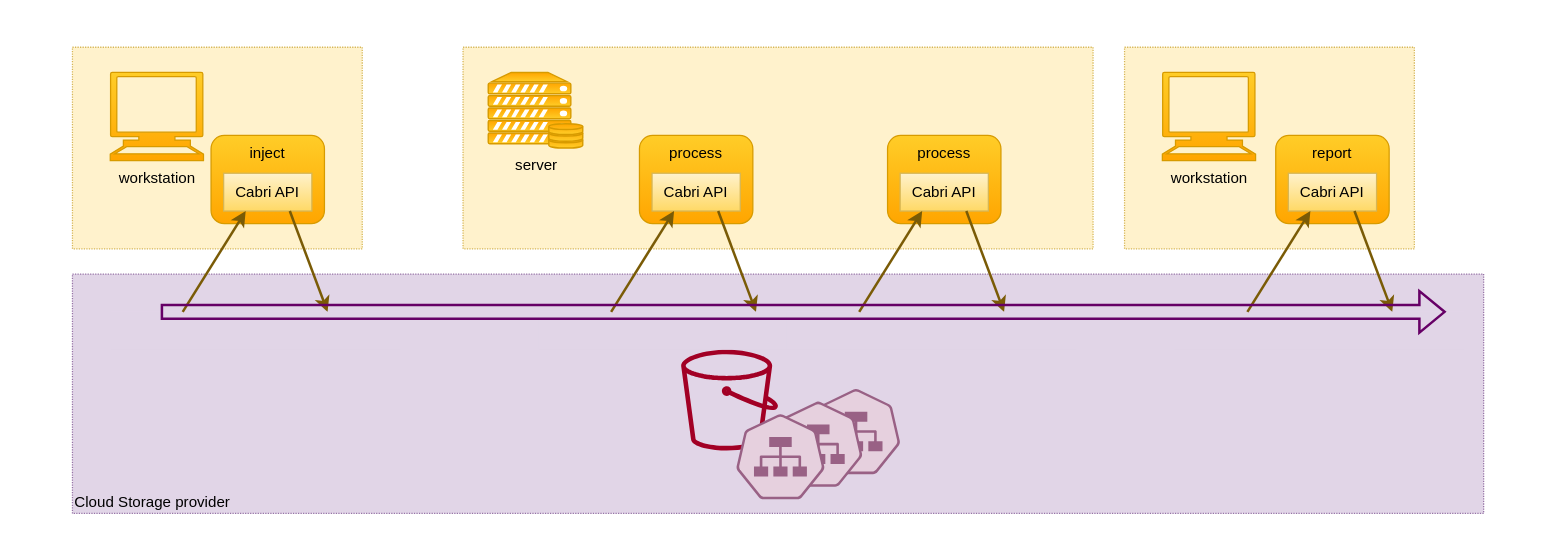
Before: page "pipeline" (6 of 6) of blog/data/assets/images/cabri-share-conf/diagrams.drawio in t-beigbeder/otvl_blog, a draw.io diagram. Source tidied: cells renumbered, new cells numbered last; positions are measured from the earlier drawing's top-left corner, leaving out a move shared by most shapes. Both pictures are drawn from the tidied source at 126%, with x=0, y=0 at pixel (21, 21).
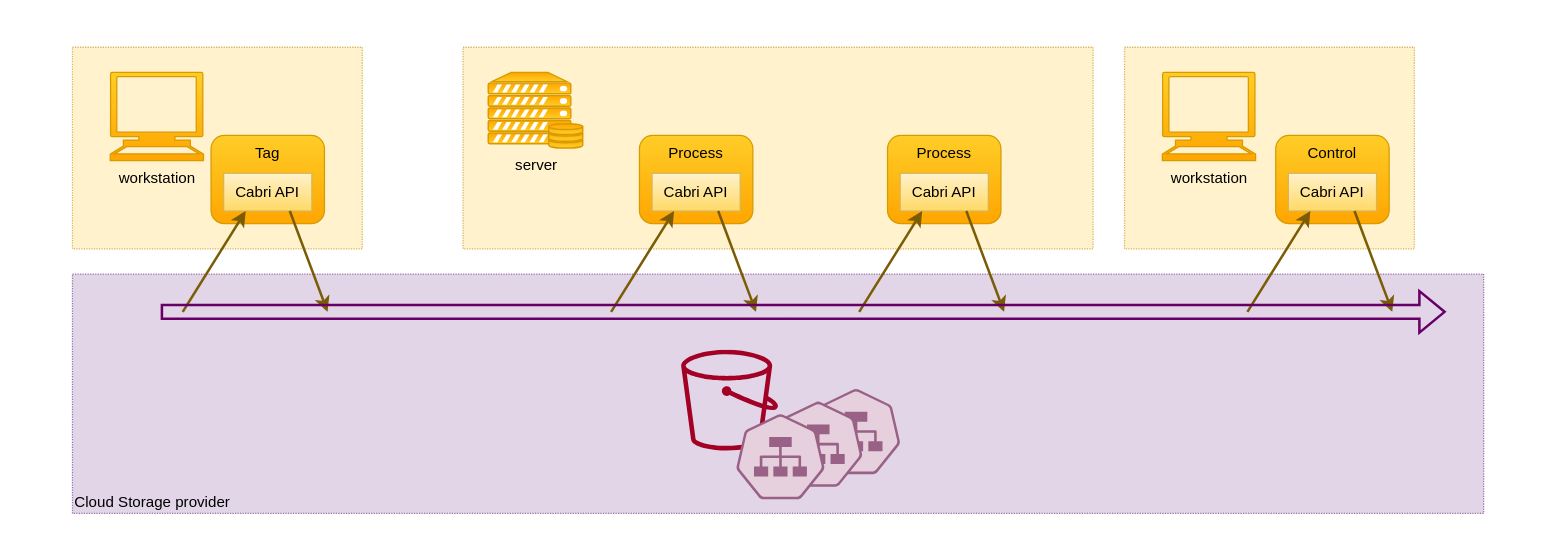
After the change.

Diff of the diagram source:
```diff
@@
-    <mxCell id="5" value="inject" style="rounded=1;whiteSpace=wrap;html=1;fillColor=#ffcd28;gradientColor=#ffa500;strokeColor=#d79b00;verticalAlign=top;" parent="1" vertex="1">
+    <mxCell id="5" value="Tag" style="rounded=1;whiteSpace=wrap;html=1;fillColor=#ffcd28;gradientColor=#ffa500;strokeColor=#d79b00;verticalAlign=top;" parent="1" vertex="1">
       <mxGeometry x="150" y="90" width="90" height="70" as="geometry" />
     </mxCell>
@@
-    <mxCell id="19" value="process" style="rounded=1;whiteSpace=wrap;html=1;fillColor=#ffcd28;gradientColor=#ffa500;strokeColor=#d79b00;verticalAlign=top;" parent="1" vertex="1">
+    <mxCell id="19" value="Process" style="rounded=1;whiteSpace=wrap;html=1;fillColor=#ffcd28;gradientColor=#ffa500;strokeColor=#d79b00;verticalAlign=top;" parent="1" vertex="1">
       <mxGeometry x="490" y="90" width="90" height="70" as="geometry" />
     </mxCell>
@@
-    <mxCell id="24" value="process" style="rounded=1;whiteSpace=wrap;html=1;fillColor=#ffcd28;gradientColor=#ffa500;strokeColor=#d79b00;verticalAlign=top;" parent="1" vertex="1">
+    <mxCell id="24" value="Process" style="rounded=1;whiteSpace=wrap;html=1;fillColor=#ffcd28;gradientColor=#ffa500;strokeColor=#d79b00;verticalAlign=top;" parent="1" vertex="1">
       <mxGeometry x="686.9" y="90" width="90" height="70" as="geometry" />
     </mxCell>
@@
-    <mxCell id="29" value="report" style="rounded=1;whiteSpace=wrap;html=1;fillColor=#ffcd28;gradientColor=#ffa500;strokeColor=#d79b00;verticalAlign=top;" parent="1" vertex="1">
+    <mxCell id="29" value="Control" style="rounded=1;whiteSpace=wrap;html=1;fillColor=#ffcd28;gradientColor=#ffa500;strokeColor=#d79b00;verticalAlign=top;" parent="1" vertex="1">
       <mxGeometry x="995" y="90" width="90" height="70" as="geometry" />
     </mxCell>
```
